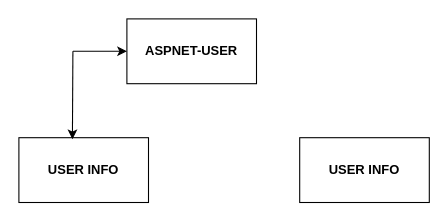
This is Untitled Diagram.drawio from kyree-henry/VMS-Database-Schema, a draw.io file, before an edit. Source tidied: cells renumbered, new cells numbered last; positions are measured from the earlier drawing's top-left corner, leaving out a move shared by most shapes. Both pictures are drawn from the tidied source at 108%, with x=0, y=0 at pixel (18, 18).
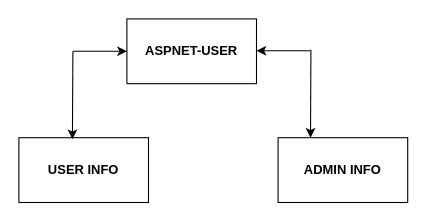
The same diagram, later.

Change to the diagram source:
```diff
@@
 <mxGraphModel>
   <root>
     <mxCell id="0" />
     <mxCell id="1" parent="0" />
     <mxCell id="2" value="&lt;b&gt;ASPNET-USER&lt;/b&gt;" style="rounded=0;whiteSpace=wrap;html=1;" parent="1" vertex="1">
       <mxGeometry x="100" width="120" height="60" as="geometry" />
     </mxCell>
     <mxCell id="3" value="&lt;b&gt;&lt;font style=&quot;font-size: 12px;&quot;&gt;USER INFO&lt;/font&gt;&lt;/b&gt;" style="rounded=0;whiteSpace=wrap;html=1;" parent="1" vertex="1">
       <mxGeometry y="110" width="120" height="60" as="geometry" />
     </mxCell>
     <mxCell id="4" style="endArrow=classic;html=1;rounded=0;fontSize=14;entryX=0.413;entryY=0.023;entryDx=0;entryDy=0;entryPerimeter=0;" parent="1" edge="1" target="3">
       <mxGeometry relative="1" as="geometry">
         <mxPoint x="50" y="30" as="sourcePoint" />
       </mxGeometry>
     </mxCell>
     <mxCell id="5" style="endArrow=classic;html=1;rounded=0;fontSize=14;" parent="1" edge="1">
       <mxGeometry relative="1" as="geometry">
         <mxPoint x="50" y="30" as="sourcePoint" />
         <mxPoint x="100" y="30" as="targetPoint" />
       </mxGeometry>
     </mxCell>
-    <mxCell id="6" value="&lt;b&gt;&lt;font style=&quot;font-size: 12px;&quot;&gt;USER INFO&lt;/font&gt;&lt;/b&gt;" style="rounded=0;whiteSpace=wrap;html=1;" parent="1" vertex="1">
-      <mxGeometry x="260" y="110" width="120" height="60" as="geometry" />
+    <mxCell id="6" value="&lt;b&gt;&lt;font style=&quot;font-size: 12px;&quot;&gt;ADMIN INFO&lt;/font&gt;&lt;/b&gt;" style="rounded=0;whiteSpace=wrap;html=1;" parent="1" vertex="1">
+      <mxGeometry x="240" y="110" width="120" height="60" as="geometry" />
     </mxCell>
+    <mxCell id="7" style="endArrow=classic;html=1;rounded=0;fontSize=14;" parent="1" edge="1">
+      <mxGeometry relative="1" as="geometry">
+        <mxPoint x="270" y="29.5" as="sourcePoint" />
+        <mxPoint x="220" y="29.5" as="targetPoint" />
+      </mxGeometry>
+    </mxCell>
+    <mxCell id="8" style="endArrow=classic;html=1;rounded=0;fontSize=14;entryX=0.413;entryY=0.023;entryDx=0;entryDy=0;entryPerimeter=0;" parent="1" edge="1">
+      <mxGeometry relative="1" as="geometry">
+        <mxPoint x="270.4" y="28.6" as="sourcePoint" />
+        <mxPoint x="270" y="110" as="targetPoint" />
+      </mxGeometry>
+    </mxCell>
   </root>
 </mxGraphModel>
```
